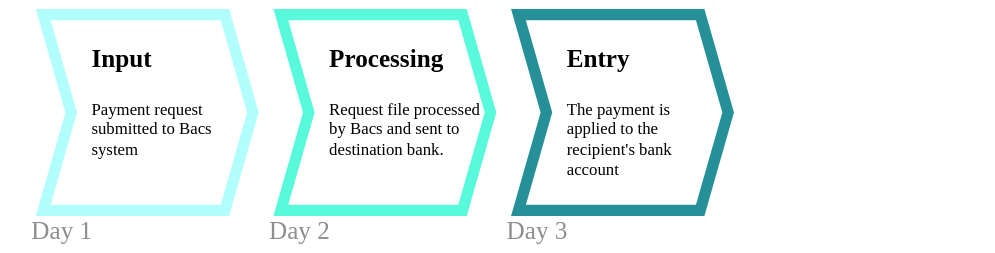
This is assets/images/diagrams/uk/bacs/BacsOverview-Days.svg from clearbank/clearbank.github.io, a draw.io export, as it was before one commit. Source tidied: cells renumbered, new cells last; positions are measured from the earlier drawing's top-left corner, leaving out a move shared by most shapes. The source it was exported from:
```xml
<mxGraphModel>
  <root>
    <mxCell id="0" />
    <mxCell id="1" parent="0" />
    <mxCell id="2" style="rounded=0;whiteSpace=wrap;html=1;strokeColor=none;" parent="1" vertex="1">
      <mxGeometry width="710" height="180" as="geometry" />
    </mxCell>
    <mxCell id="3" style="shape=step;perimeter=stepPerimeter;whiteSpace=wrap;html=1;fixedSize=1;fillColor=none;strokeColor=#B1FEFD;labelBorderColor=default;labelBackgroundColor=default;strokeWidth=8;" parent="1" vertex="1">
      <mxGeometry x="30" y="10" width="150" height="140" as="geometry" />
    </mxCell>
    <mxCell id="4" value="&lt;h1 style=&quot;&quot;&gt;&lt;font face=&quot;Clear Sans Display&quot; style=&quot;font-size: 18px;&quot;&gt;Input&lt;/font&gt;&lt;/h1&gt;&lt;p style=&quot;&quot;&gt;&lt;span style=&quot;background-color: initial;&quot;&gt;Payment request submitted to Bacs system&lt;/span&gt;&lt;br&gt;&lt;/p&gt;" style="text;html=1;strokeColor=none;fillColor=none;spacing=5;spacingTop=-20;whiteSpace=wrap;overflow=hidden;rounded=0;fontFamily=Clear Sans Text;align=left;" parent="1" vertex="1">
      <mxGeometry x="60" y="20" width="120" height="120" as="geometry" />
    </mxCell>
    <mxCell id="5" style="shape=step;perimeter=stepPerimeter;whiteSpace=wrap;html=1;fixedSize=1;fillColor=none;gradientColor=none;strokeColor=#259098;strokeWidth=8;" parent="1" vertex="1">
      <mxGeometry x="370" y="10" width="150" height="140" as="geometry" />
    </mxCell>
    <mxCell id="6" value="&lt;h1 style=&quot;&quot;&gt;&lt;font face=&quot;Clear Sans Display&quot; style=&quot;font-size: 18px;&quot;&gt;Entry&lt;/font&gt;&lt;/h1&gt;&lt;p style=&quot;&quot;&gt;&lt;span style=&quot;background-color: initial;&quot;&gt;&lt;font&gt;The payment is applied to the recipient's bank account&lt;/font&gt;&lt;/span&gt;&lt;br&gt;&lt;/p&gt;" style="text;html=1;strokeColor=none;fillColor=none;spacing=5;spacingTop=-20;whiteSpace=wrap;overflow=hidden;rounded=0;fontFamily=Clear Sans Text;align=left;" parent="1" vertex="1">
      <mxGeometry x="400" y="20" width="120" height="120" as="geometry" />
    </mxCell>
    <mxCell id="7" style="shape=step;perimeter=stepPerimeter;whiteSpace=wrap;html=1;fixedSize=1;fillColor=none;gradientColor=none;strokeColor=#59FADC;strokeWidth=8;" parent="1" vertex="1">
      <mxGeometry x="200" y="10" width="150" height="140" as="geometry" />
    </mxCell>
    <mxCell id="8" value="&lt;h1 style=&quot;&quot;&gt;&lt;font face=&quot;Clear Sans Display&quot; style=&quot;font-size: 18px;&quot;&gt;Processing&lt;/font&gt;&lt;/h1&gt;&lt;p style=&quot;&quot;&gt;&lt;span style=&quot;background-color: initial;&quot;&gt;&lt;font&gt;Request file processed by Bacs and sent to destination bank.&lt;/font&gt;&lt;/span&gt;&lt;br&gt;&lt;/p&gt;" style="text;html=1;strokeColor=none;fillColor=none;spacing=5;spacingTop=-20;whiteSpace=wrap;overflow=hidden;rounded=0;fontFamily=Clear Sans Text;align=left;" parent="1" vertex="1">
      <mxGeometry x="230" y="20" width="120" height="120" as="geometry" />
    </mxCell>
    <mxCell id="9" value="Day 1" style="text;html=1;strokeColor=none;fillColor=none;align=left;verticalAlign=middle;whiteSpace=wrap;rounded=0;labelBackgroundColor=none;labelBorderColor=none;fontFamily=Clear Sans Display;fontSize=18;fontColor=#8e8e8e;strokeWidth=0;" parent="1" vertex="1">
      <mxGeometry x="20" y="150" width="60" height="30" as="geometry" />
    </mxCell>
    <mxCell id="10" value="Day 2" style="text;html=1;strokeColor=none;fillColor=none;align=left;verticalAlign=middle;whiteSpace=wrap;rounded=0;labelBackgroundColor=none;labelBorderColor=none;fontFamily=Clear Sans Display;fontSize=18;fontColor=#8e8e8e;strokeWidth=0;" parent="1" vertex="1">
      <mxGeometry x="190" y="150" width="60" height="30" as="geometry" />
    </mxCell>
    <mxCell id="11" value="Day 3" style="text;html=1;strokeColor=none;fillColor=none;align=left;verticalAlign=middle;whiteSpace=wrap;rounded=0;labelBackgroundColor=none;labelBorderColor=none;fontFamily=Clear Sans Display;fontSize=18;fontColor=#8e8e8e;strokeWidth=0;" parent="1" vertex="1">
      <mxGeometry x="360" y="150" width="60" height="30" as="geometry" />
    </mxCell>
  </root>
</mxGraphModel>
```
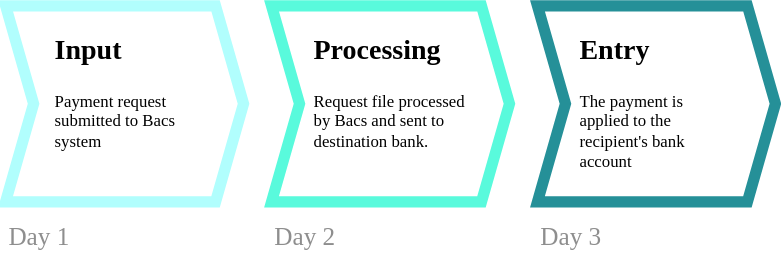
The same file after the commit.

Diff of the diagram source:
```diff
@@ -2,35 +2,32 @@
   <root>
     <mxCell id="0" />
     <mxCell id="1" parent="0" />
-    <mxCell id="2" style="rounded=0;whiteSpace=wrap;html=1;strokeColor=none;" parent="1" vertex="1">
-      <mxGeometry width="710" height="180" as="geometry" />
-    </mxCell>
     <mxCell id="3" style="shape=step;perimeter=stepPerimeter;whiteSpace=wrap;html=1;fixedSize=1;fillColor=none;strokeColor=#B1FEFD;labelBorderColor=default;labelBackgroundColor=default;strokeWidth=8;" parent="1" vertex="1">
-      <mxGeometry x="30" y="10" width="150" height="140" as="geometry" />
+      <mxGeometry x="20" y="-10" width="170" height="140" as="geometry" />
     </mxCell>
-    <mxCell id="4" value="&lt;h1 style=&quot;&quot;&gt;&lt;font face=&quot;Clear Sans Display&quot; style=&quot;font-size: 18px;&quot;&gt;Input&lt;/font&gt;&lt;/h1&gt;&lt;p style=&quot;&quot;&gt;&lt;span style=&quot;background-color: initial;&quot;&gt;Payment request submitted to Bacs system&lt;/span&gt;&lt;br&gt;&lt;/p&gt;" style="text;html=1;strokeColor=none;fillColor=none;spacing=5;spacingTop=-20;whiteSpace=wrap;overflow=hidden;rounded=0;fontFamily=Clear Sans Text;align=left;" parent="1" vertex="1">
-      <mxGeometry x="60" y="20" width="120" height="120" as="geometry" />
+    <mxCell id="4" value="&lt;h1 style=&quot;&quot;&gt;&lt;font style=&quot;font-size: 20px;&quot; face=&quot;Clear Sans Text&quot;&gt;Input&lt;/font&gt;&lt;/h1&gt;&lt;p style=&quot;&quot;&gt;&lt;span style=&quot;background-color: initial;&quot;&gt;Payment request submitted to Bacs system&lt;/span&gt;&lt;br&gt;&lt;/p&gt;" style="text;html=1;strokeColor=none;fillColor=none;spacing=5;spacingTop=-20;whiteSpace=wrap;overflow=hidden;rounded=0;fontFamily=Clear Sans Text;align=left;" parent="1" vertex="1">
+      <mxGeometry x="50" width="120" height="120" as="geometry" />
     </mxCell>
     <mxCell id="5" style="shape=step;perimeter=stepPerimeter;whiteSpace=wrap;html=1;fixedSize=1;fillColor=none;gradientColor=none;strokeColor=#259098;strokeWidth=8;" parent="1" vertex="1">
-      <mxGeometry x="370" y="10" width="150" height="140" as="geometry" />
+      <mxGeometry x="400" y="-10" width="170" height="140" as="geometry" />
     </mxCell>
-    <mxCell id="6" value="&lt;h1 style=&quot;&quot;&gt;&lt;font face=&quot;Clear Sans Display&quot; style=&quot;font-size: 18px;&quot;&gt;Entry&lt;/font&gt;&lt;/h1&gt;&lt;p style=&quot;&quot;&gt;&lt;span style=&quot;background-color: initial;&quot;&gt;&lt;font&gt;The payment is applied to the recipient's bank account&lt;/font&gt;&lt;/span&gt;&lt;br&gt;&lt;/p&gt;" style="text;html=1;strokeColor=none;fillColor=none;spacing=5;spacingTop=-20;whiteSpace=wrap;overflow=hidden;rounded=0;fontFamily=Clear Sans Text;align=left;" parent="1" vertex="1">
-      <mxGeometry x="400" y="20" width="120" height="120" as="geometry" />
+    <mxCell id="6" value="&lt;h1 style=&quot;&quot;&gt;&lt;font style=&quot;font-size: 20px;&quot; face=&quot;Clear Sans Text&quot;&gt;Entry&lt;/font&gt;&lt;/h1&gt;&lt;p style=&quot;&quot;&gt;&lt;span style=&quot;background-color: initial;&quot;&gt;&lt;font&gt;The payment is applied to the recipient's bank account&lt;/font&gt;&lt;/span&gt;&lt;br&gt;&lt;/p&gt;" style="text;html=1;strokeColor=none;fillColor=none;spacing=5;spacingTop=-20;whiteSpace=wrap;overflow=hidden;rounded=0;fontFamily=Clear Sans Text;align=left;" parent="1" vertex="1">
+      <mxGeometry x="425" width="120" height="120" as="geometry" />
     </mxCell>
     <mxCell id="7" style="shape=step;perimeter=stepPerimeter;whiteSpace=wrap;html=1;fixedSize=1;fillColor=none;gradientColor=none;strokeColor=#59FADC;strokeWidth=8;" parent="1" vertex="1">
-      <mxGeometry x="200" y="10" width="150" height="140" as="geometry" />
+      <mxGeometry x="210" y="-10" width="170" height="140" as="geometry" />
     </mxCell>
-    <mxCell id="8" value="&lt;h1 style=&quot;&quot;&gt;&lt;font face=&quot;Clear Sans Display&quot; style=&quot;font-size: 18px;&quot;&gt;Processing&lt;/font&gt;&lt;/h1&gt;&lt;p style=&quot;&quot;&gt;&lt;span style=&quot;background-color: initial;&quot;&gt;&lt;font&gt;Request file processed by Bacs and sent to destination bank.&lt;/font&gt;&lt;/span&gt;&lt;br&gt;&lt;/p&gt;" style="text;html=1;strokeColor=none;fillColor=none;spacing=5;spacingTop=-20;whiteSpace=wrap;overflow=hidden;rounded=0;fontFamily=Clear Sans Text;align=left;" parent="1" vertex="1">
-      <mxGeometry x="230" y="20" width="120" height="120" as="geometry" />
+    <mxCell id="8" value="&lt;h1 style=&quot;&quot;&gt;&lt;font style=&quot;font-size: 20px;&quot; face=&quot;Clear Sans Text&quot;&gt;Processing&lt;/font&gt;&lt;/h1&gt;&lt;p style=&quot;&quot;&gt;&lt;span style=&quot;background-color: initial;&quot;&gt;&lt;font&gt;Request file processed by Bacs and sent to destination bank.&lt;/font&gt;&lt;/span&gt;&lt;br&gt;&lt;/p&gt;" style="text;html=1;strokeColor=none;fillColor=none;spacing=5;spacingTop=-20;whiteSpace=wrap;overflow=hidden;rounded=0;fontFamily=Clear Sans Text;align=left;" parent="1" vertex="1">
+      <mxGeometry x="235" width="120" height="120" as="geometry" />
     </mxCell>
     <mxCell id="9" value="Day 1" style="text;html=1;strokeColor=none;fillColor=none;align=left;verticalAlign=middle;whiteSpace=wrap;rounded=0;labelBackgroundColor=none;labelBorderColor=none;fontFamily=Clear Sans Display;fontSize=18;fontColor=#8e8e8e;strokeWidth=0;" parent="1" vertex="1">
-      <mxGeometry x="20" y="150" width="60" height="30" as="geometry" />
+      <mxGeometry x="20" y="140" width="60" height="30" as="geometry" />
     </mxCell>
     <mxCell id="10" value="Day 2" style="text;html=1;strokeColor=none;fillColor=none;align=left;verticalAlign=middle;whiteSpace=wrap;rounded=0;labelBackgroundColor=none;labelBorderColor=none;fontFamily=Clear Sans Display;fontSize=18;fontColor=#8e8e8e;strokeWidth=0;" parent="1" vertex="1">
-      <mxGeometry x="190" y="150" width="60" height="30" as="geometry" />
+      <mxGeometry x="210" y="140" width="60" height="30" as="geometry" />
     </mxCell>
     <mxCell id="11" value="Day 3" style="text;html=1;strokeColor=none;fillColor=none;align=left;verticalAlign=middle;whiteSpace=wrap;rounded=0;labelBackgroundColor=none;labelBorderColor=none;fontFamily=Clear Sans Display;fontSize=18;fontColor=#8e8e8e;strokeWidth=0;" parent="1" vertex="1">
-      <mxGeometry x="360" y="150" width="60" height="30" as="geometry" />
+      <mxGeometry x="400" y="140" width="60" height="30" as="geometry" />
     </mxCell>
   </root>
 </mxGraphModel>
```
